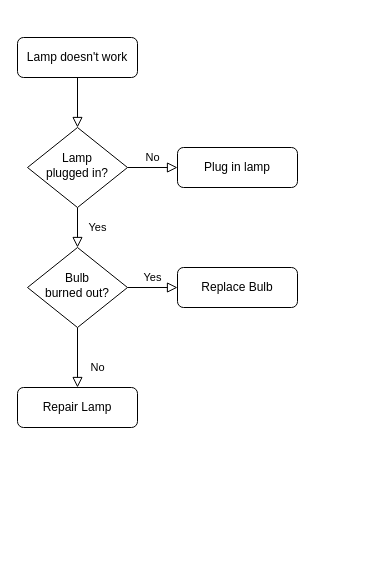
Above: Untitled Diagram.drawio in kill1000/24game (draw.io), before the change. Source tidied: cells renumbered, new cells numbered last; positions are measured from the earlier drawing's top-left corner, leaving out a move shared by most shapes. Both pictures are drawn from the tidied source at 100%, with x=0, y=0 at pixel (17, 37).
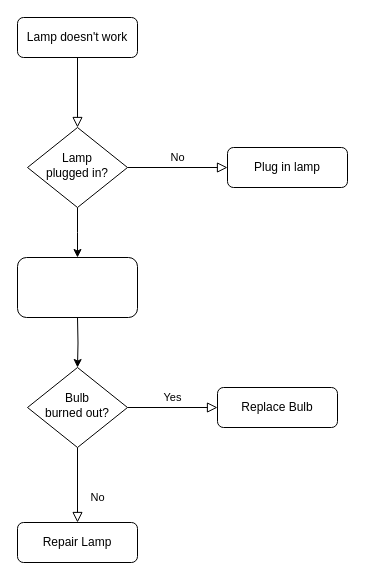
Above is the later version.

The edit, as a diff of the source:
```diff
@@
 <mxGraphModel>
   <root>
     <mxCell id="0" />
     <mxCell id="1" parent="0" />
     <mxCell id="2" style="rounded=0;html=1;jettySize=auto;fontSize=11;endArrow=block;endFill=0;endSize=8;strokeWidth=1;shadow=0;labelBackgroundColor=none;edgeStyle=orthogonalEdgeStyle;" parent="1" edge="1" source="3" target="6">
       <mxGeometry relative="1" as="geometry" />
     </mxCell>
     <mxCell id="3" value="Lamp doesn't work" style="rounded=1;whiteSpace=wrap;html=1;fontSize=12;glass=0;strokeWidth=1;shadow=0;" parent="1" vertex="1">
-      <mxGeometry width="120" height="40" as="geometry" />
+      <mxGeometry y="-20" width="120" height="40" as="geometry" />
     </mxCell>
-    <mxCell id="4" value="Yes" style="rounded=0;html=1;jettySize=auto;fontSize=11;endArrow=block;endFill=0;endSize=8;strokeWidth=1;shadow=0;labelBackgroundColor=none;edgeStyle=orthogonalEdgeStyle;" parent="1" edge="1" source="6" target="10">
-      <mxGeometry y="20" relative="1" as="geometry" />
-    </mxCell>
     <mxCell id="5" value="No" style="edgeStyle=orthogonalEdgeStyle;rounded=0;html=1;jettySize=auto;fontSize=11;endArrow=block;endFill=0;endSize=8;strokeWidth=1;shadow=0;labelBackgroundColor=none;" parent="1" edge="1" source="6" target="7">
       <mxGeometry y="10" relative="1" as="geometry" />
     </mxCell>
+    <mxCell id="13" style="edgeStyle=orthogonalEdgeStyle;rounded=0;jettySize=auto;html=1;" parent="1" edge="1" source="6">
+      <mxGeometry relative="1" as="geometry">
+        <mxPoint x="60" y="220" as="targetPoint" />
+      </mxGeometry>
+    </mxCell>
     <mxCell id="6" value="Lamp&lt;br&gt;plugged in?" style="rhombus;whiteSpace=wrap;html=1;shadow=0;fontFamily=Helvetica;fontSize=12;align=center;strokeWidth=1;spacing=6;spacingTop=-4;" parent="1" vertex="1">
       <mxGeometry x="10" y="90" width="100" height="80" as="geometry" />
     </mxCell>
     <mxCell id="7" value="Plug in lamp" style="rounded=1;whiteSpace=wrap;html=1;fontSize=12;glass=0;strokeWidth=1;shadow=0;" parent="1" vertex="1">
-      <mxGeometry x="160" y="110" width="120" height="40" as="geometry" />
+      <mxGeometry x="210" y="110" width="120" height="40" as="geometry" />
     </mxCell>
     <mxCell id="8" value="No" style="rounded=0;html=1;jettySize=auto;fontSize=11;endArrow=block;endFill=0;endSize=8;strokeWidth=1;shadow=0;labelBackgroundColor=none;edgeStyle=orthogonalEdgeStyle;" parent="1" edge="1" source="10" target="11">
       <mxGeometry x="0.33" y="20" relative="1" as="geometry" />
     </mxCell>
     <mxCell id="9" value="Yes" style="edgeStyle=orthogonalEdgeStyle;rounded=0;html=1;jettySize=auto;fontSize=11;endArrow=block;endFill=0;endSize=8;strokeWidth=1;shadow=0;labelBackgroundColor=none;" parent="1" edge="1" source="10" target="12">
       <mxGeometry y="10" relative="1" as="geometry" />
     </mxCell>
     <mxCell id="10" value="Bulb&lt;br&gt;burned out?" style="rhombus;whiteSpace=wrap;html=1;shadow=0;fontFamily=Helvetica;fontSize=12;align=center;strokeWidth=1;spacing=6;spacingTop=-4;" parent="1" vertex="1">
-      <mxGeometry x="10" y="210" width="100" height="80" as="geometry" />
+      <mxGeometry x="10" y="330" width="100" height="80" as="geometry" />
     </mxCell>
     <mxCell id="11" value="Repair Lamp" style="rounded=1;whiteSpace=wrap;html=1;fontSize=12;glass=0;strokeWidth=1;shadow=0;" parent="1" vertex="1">
-      <mxGeometry y="350" width="120" height="40" as="geometry" />
+      <mxGeometry y="485" width="120" height="40" as="geometry" />
     </mxCell>
     <mxCell id="12" value="Replace Bulb" style="rounded=1;whiteSpace=wrap;html=1;fontSize=12;glass=0;strokeWidth=1;shadow=0;" parent="1" vertex="1">
-      <mxGeometry x="160" y="230" width="120" height="40" as="geometry" />
+      <mxGeometry x="200" y="350" width="120" height="40" as="geometry" />
     </mxCell>
+    <mxCell id="14" style="edgeStyle=orthogonalEdgeStyle;rounded=0;jettySize=auto;html=1;" parent="1" edge="1" target="10">
+      <mxGeometry relative="1" as="geometry">
+        <mxPoint x="60" y="280" as="sourcePoint" />
+      </mxGeometry>
+    </mxCell>
+    <mxCell id="15" style="rounded=1;whiteSpace=wrap;html=1;" parent="1" vertex="1">
+      <mxGeometry y="220" width="120" height="60" as="geometry" />
+    </mxCell>
   </root>
 </mxGraphModel>
```
